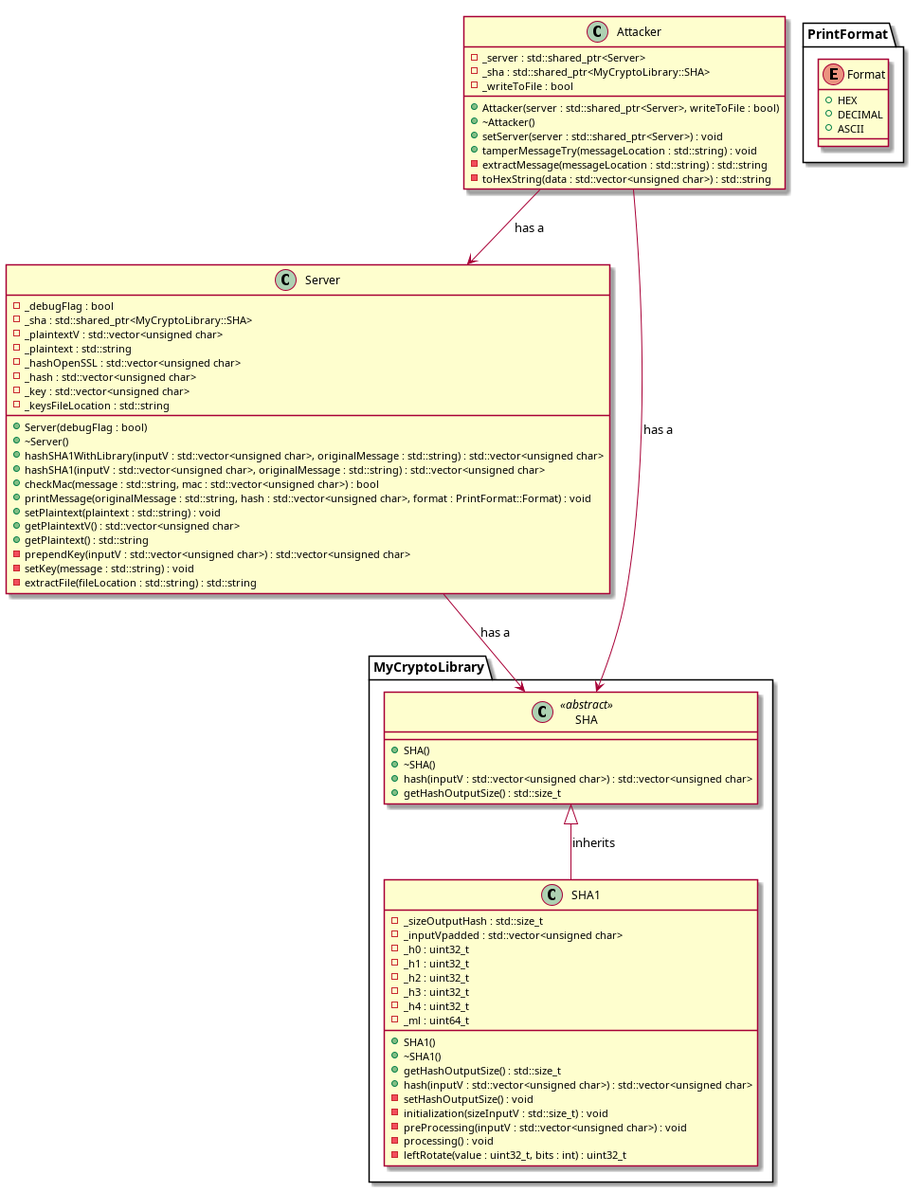
The PlantUML diagram Cryptopals_resolutions/4-Set_4/cryptopals_set_4_problem_28/uml_diagrams/class_diagram.png in Photon-einstein/Cryptopals, before a commit. Its source is kept beside it as Cryptopals_resolutions/4-Set_4/cryptopals_set_4_problem_28/uml_diagrams/class_diagram.puml.
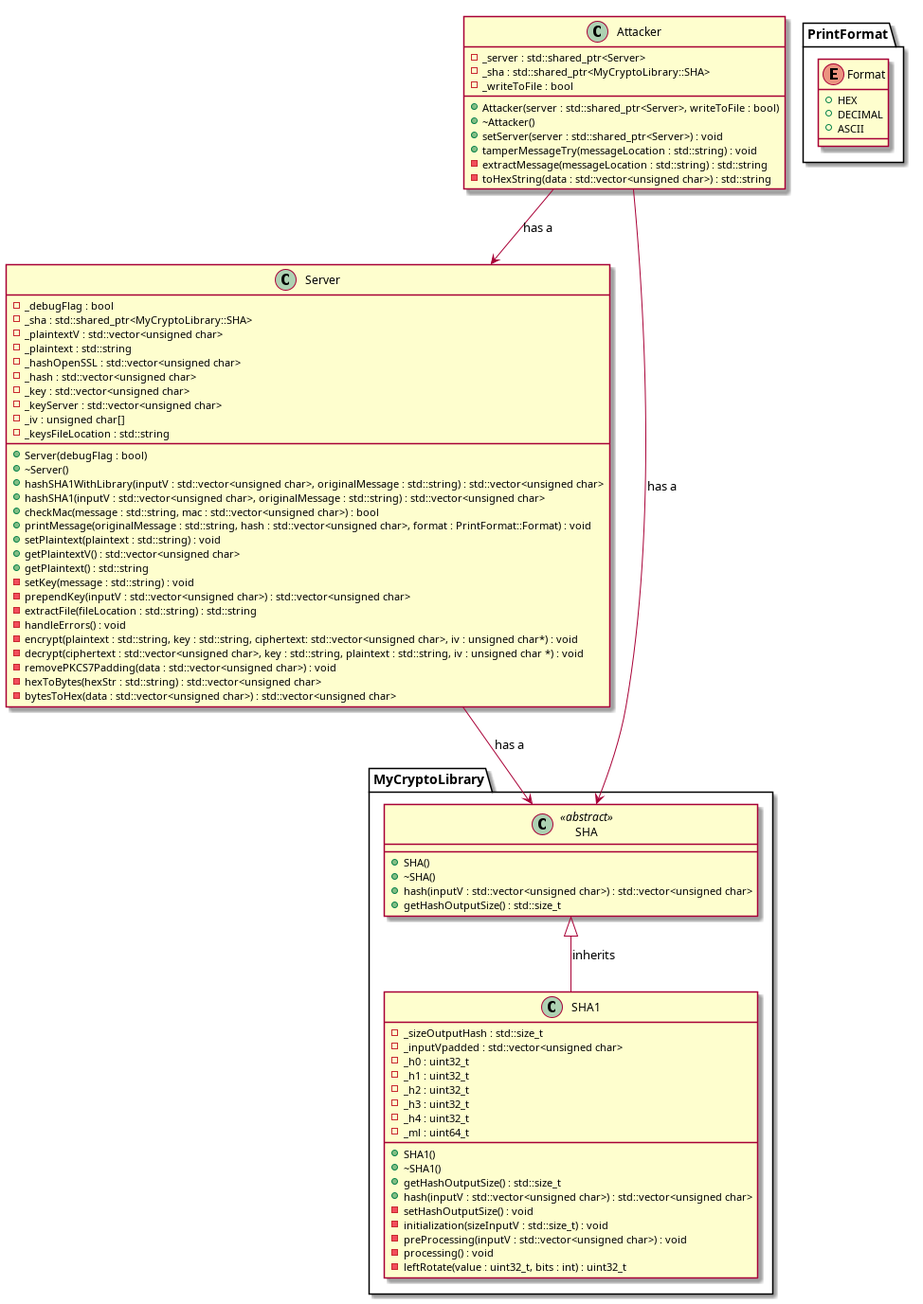
The same diagram one commit later.

Commit message:
Update uml diagrams

What changed in the source:
```diff
@@ -16,6 +16,8 @@
     - _hashOpenSSL : std::vector<unsigned char>
     - _hash : std::vector<unsigned char>
     - _key : std::vector<unsigned char>
+    - _keyServer : std::vector<unsigned char>
+    - _iv : unsigned char[]
     - _keysFileLocation : std::string
 
     + Server(debugFlag : bool)
@@ -27,9 +29,15 @@
     + setPlaintext(plaintext : std::string) : void
     + getPlaintextV() : std::vector<unsigned char>
     + getPlaintext() : std::string
+    - setKey(message : std::string) : void
     - prependKey(inputV : std::vector<unsigned char>) : std::vector<unsigned char>
-    - setKey(message : std::string) : void
     - extractFile(fileLocation : std::string) : std::string
+    - handleErrors() : void
+    - encrypt(plaintext : std::string, key : std::string, ciphertext: std::vector<unsigned char>, iv : unsigned char*) : void
+    - decrypt(ciphertext : std::vector<unsigned char>, key : std::string, plaintext : std::string, iv : unsigned char *) : void
+    - removePKCS7Padding(data : std::vector<unsigned char>) : void
+    - hexToBytes(hexStr : std::string) : std::vector<unsigned char>
+    - bytesToHex(data : std::vector<unsigned char>) : std::vector<unsigned char>
 }
 
 namespace MyCryptoLibrary {
```
